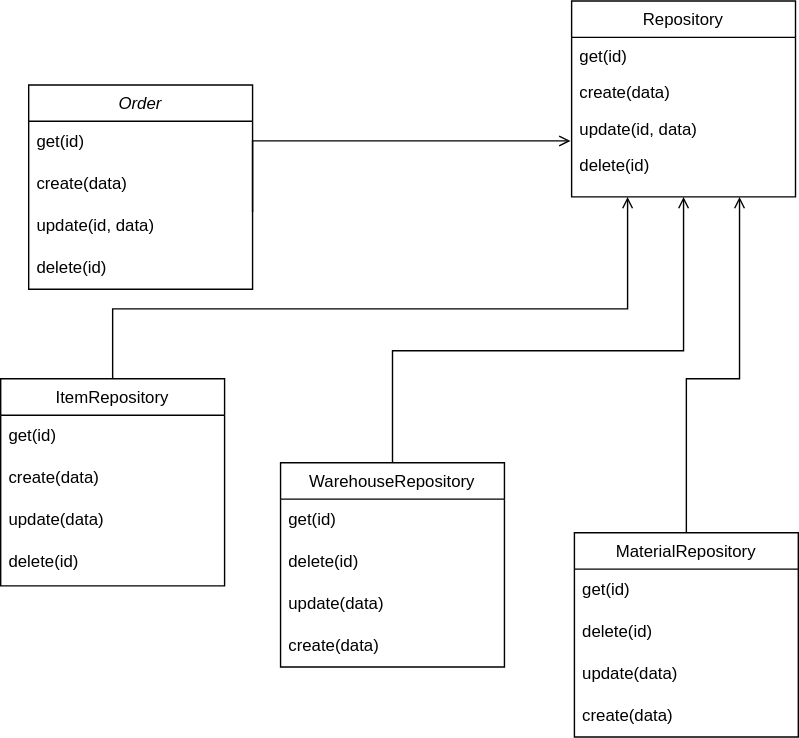
Jaycobe/bmstu-ppo keeps this draw.io diagram as img/back_uml.svg. Above is the earlier version. Source tidied: cells renumbered, new cells last; positions are measured from the earlier drawing's top-left corner, leaving out a move shared by most shapes.
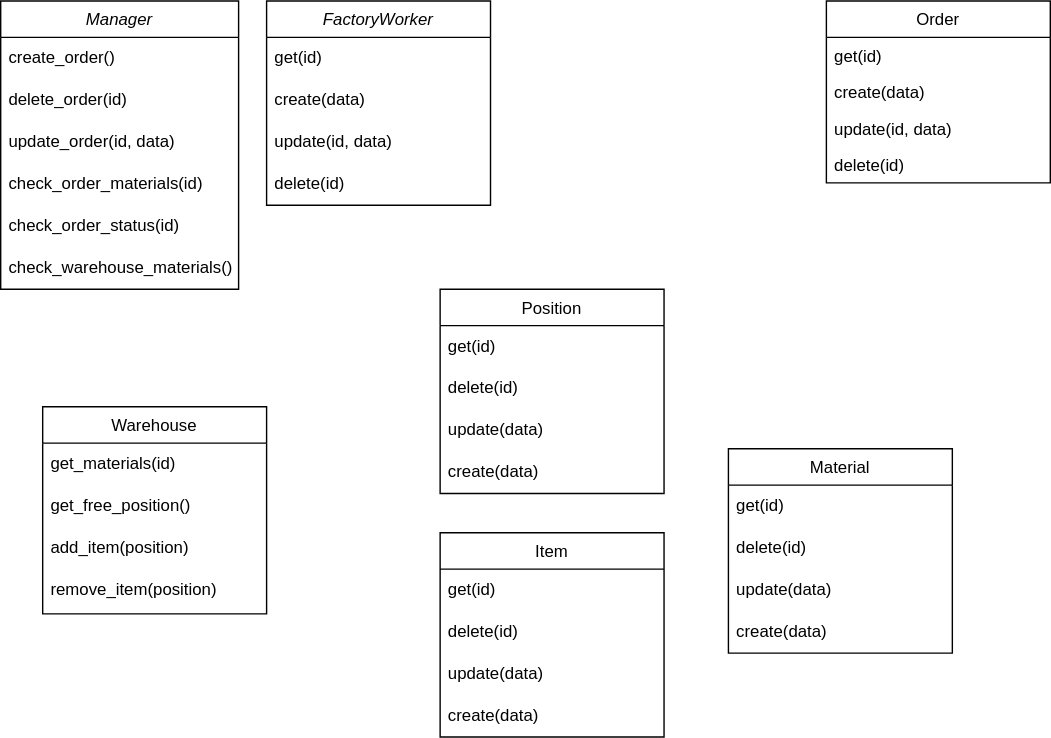
After the commit.

Commit message:
blogic uml started

Diff of the diagram source:
```diff
@@ -2,23 +2,29 @@
   <root>
     <mxCell id="0" />
     <mxCell id="1" parent="0" />
-    <mxCell id="2" value="Order" style="swimlane;fontStyle=2;align=center;verticalAlign=top;horizontal=1;startSize=26;rounded=0;shadow=0;strokeWidth=1;" parent="1" vertex="1">
-      <mxGeometry x="20" y="60" width="160" height="146" as="geometry" />
+    <mxCell id="2" value="Manager" style="swimlane;fontStyle=2;align=center;verticalAlign=top;horizontal=1;startSize=26;rounded=0;shadow=0;strokeWidth=1;" parent="1" vertex="1">
+      <mxGeometry x="-80" y="10" width="170" height="206" as="geometry" />
     </mxCell>
-    <mxCell id="3" value="get(id)" style="text;strokeColor=none;fillColor=none;align=left;verticalAlign=middle;spacingLeft=4;spacingRight=4;overflow=hidden;whiteSpace=wrap;html=1;" parent="2" vertex="1">
-      <mxGeometry y="26" width="160" height="30" as="geometry" />
+    <mxCell id="3" value="create_order()" style="text;strokeColor=none;fillColor=none;align=left;verticalAlign=middle;spacingLeft=4;spacingRight=4;overflow=hidden;whiteSpace=wrap;html=1;" parent="2" vertex="1">
+      <mxGeometry y="26" width="170" height="30" as="geometry" />
     </mxCell>
-    <mxCell id="4" value="create(data)" style="text;strokeColor=none;fillColor=none;align=left;verticalAlign=middle;spacingLeft=4;spacingRight=4;overflow=hidden;whiteSpace=wrap;html=1;" parent="2" vertex="1">
-      <mxGeometry y="56" width="160" height="30" as="geometry" />
+    <mxCell id="4" value="delete_order(id)" style="text;strokeColor=none;fillColor=none;align=left;verticalAlign=middle;spacingLeft=4;spacingRight=4;overflow=hidden;whiteSpace=wrap;html=1;" parent="2" vertex="1">
+      <mxGeometry y="56" width="170" height="30" as="geometry" />
     </mxCell>
-    <mxCell id="5" value="update(id, data)" style="text;strokeColor=none;fillColor=none;align=left;verticalAlign=middle;spacingLeft=4;spacingRight=4;overflow=hidden;whiteSpace=wrap;html=1;" parent="2" vertex="1">
-      <mxGeometry y="86" width="160" height="30" as="geometry" />
+    <mxCell id="5" value="update_order(id, data)" style="text;strokeColor=none;fillColor=none;align=left;verticalAlign=middle;spacingLeft=4;spacingRight=4;overflow=hidden;whiteSpace=wrap;html=1;" parent="2" vertex="1">
+      <mxGeometry y="86" width="170" height="30" as="geometry" />
     </mxCell>
-    <mxCell id="6" value="delete(id)" style="text;strokeColor=none;fillColor=none;align=left;verticalAlign=middle;spacingLeft=4;spacingRight=4;overflow=hidden;whiteSpace=wrap;html=1;" parent="2" vertex="1">
-      <mxGeometry y="116" width="160" height="30" as="geometry" />
+    <mxCell id="6" value="check_order_materials(id)" style="text;strokeColor=none;fillColor=none;align=left;verticalAlign=middle;spacingLeft=4;spacingRight=4;overflow=hidden;whiteSpace=wrap;html=1;" parent="2" vertex="1">
+      <mxGeometry y="116" width="170" height="30" as="geometry" />
     </mxCell>
+    <mxCell id="31" value="check_order_status(id)" style="text;strokeColor=none;fillColor=none;align=left;verticalAlign=middle;spacingLeft=4;spacingRight=4;overflow=hidden;whiteSpace=wrap;html=1;" parent="2" vertex="1">
+      <mxGeometry y="146" width="170" height="30" as="geometry" />
+    </mxCell>
+    <mxCell id="32" value="check_warehouse_materials()" style="text;strokeColor=none;fillColor=none;align=left;verticalAlign=middle;spacingLeft=4;spacingRight=4;overflow=hidden;whiteSpace=wrap;html=1;" parent="2" vertex="1">
+      <mxGeometry y="176" width="170" height="30" as="geometry" />
+    </mxCell>
-    <mxCell id="7" value="WarehouseRepository" style="swimlane;fontStyle=0;align=center;verticalAlign=top;horizontal=1;startSize=26;rounded=0;shadow=0;strokeWidth=1;" parent="1" vertex="1">
-      <mxGeometry x="200" y="330" width="160" height="146" as="geometry" />
+    <mxCell id="7" value="Item" style="swimlane;fontStyle=0;align=center;verticalAlign=top;horizontal=1;startSize=26;rounded=0;shadow=0;strokeWidth=1;" parent="1" vertex="1">
+      <mxGeometry x="234" y="390" width="160" height="146" as="geometry" />
     </mxCell>
     <mxCell id="8" value="get(id)" style="text;strokeColor=none;fillColor=none;align=left;verticalAlign=middle;spacingLeft=4;spacingRight=4;overflow=hidden;whiteSpace=wrap;html=1;" parent="7" vertex="1">
       <mxGeometry y="26" width="160" height="30" as="geometry" />
@@ -32,8 +38,8 @@
     <mxCell id="11" value="create(data)" style="text;strokeColor=none;fillColor=none;align=left;verticalAlign=middle;spacingLeft=4;spacingRight=4;overflow=hidden;whiteSpace=wrap;html=1;" parent="7" vertex="1">
       <mxGeometry y="116" width="160" height="30" as="geometry" />
     </mxCell>
-    <mxCell id="12" value="MaterialRepository" style="swimlane;fontStyle=0;align=center;verticalAlign=top;horizontal=1;startSize=26;rounded=0;shadow=0;strokeWidth=1;" parent="1" vertex="1">
-      <mxGeometry x="410" y="380" width="160" height="146" as="geometry" />
+    <mxCell id="12" value="Material" style="swimlane;fontStyle=0;align=center;verticalAlign=top;horizontal=1;startSize=26;rounded=0;shadow=0;strokeWidth=1;" parent="1" vertex="1">
+      <mxGeometry x="440" y="330" width="160" height="146" as="geometry" />
     </mxCell>
     <mxCell id="13" value="get(id)" style="text;strokeColor=none;fillColor=none;align=left;verticalAlign=middle;spacingLeft=4;spacingRight=4;overflow=hidden;whiteSpace=wrap;html=1;" parent="12" vertex="1">
       <mxGeometry y="26" width="160" height="30" as="geometry" />
@@ -47,8 +53,8 @@
     <mxCell id="16" value="create(data)" style="text;strokeColor=none;fillColor=none;align=left;verticalAlign=middle;spacingLeft=4;spacingRight=4;overflow=hidden;whiteSpace=wrap;html=1;" parent="12" vertex="1">
       <mxGeometry y="116" width="160" height="30" as="geometry" />
     </mxCell>
-    <mxCell id="17" value="Repository" style="swimlane;fontStyle=0;align=center;verticalAlign=top;horizontal=1;startSize=26;rounded=0;shadow=0;strokeWidth=1;" parent="1" vertex="1">
-      <mxGeometry x="408" width="160" height="140" as="geometry" />
+    <mxCell id="17" value="Order" style="swimlane;fontStyle=0;align=center;verticalAlign=top;horizontal=1;startSize=26;rounded=0;shadow=0;strokeWidth=1;" parent="1" vertex="1">
+      <mxGeometry x="510" y="10" width="160" height="130" as="geometry" />
     </mxCell>
     <mxCell id="18" value="get(id)" style="text;align=left;verticalAlign=top;spacingLeft=4;spacingRight=4;overflow=hidden;" parent="17" vertex="1">
       <mxGeometry y="26" width="160" height="26" as="geometry" />
@@ -62,63 +68,50 @@
     <mxCell id="21" value="delete(id)" style="text;align=left;verticalAlign=top;spacingLeft=4;spacingRight=4;overflow=hidden;rounded=0;shadow=0;html=0;" parent="17" vertex="1">
       <mxGeometry y="104" width="160" height="26" as="geometry" />
     </mxCell>
-    <mxCell id="22" style="endArrow=open;shadow=0;strokeWidth=1;rounded=0;endFill=1;edgeStyle=elbowEdgeStyle;elbow=vertical;exitX=1;exitY=0.5;exitDx=0;exitDy=0;entryX=-0.005;entryY=0.823;entryDx=0;entryDy=0;entryPerimeter=0;" parent="1" edge="1" target="20">
-      <mxGeometry x="0.5" y="41" relative="1" as="geometry">
-        <mxPoint x="180" y="151" as="sourcePoint" />
-        <Array as="points">
-          <mxPoint x="300" y="100" />
-          <mxPoint x="300" y="140" />
-          <mxPoint x="400" y="270" />
-        </Array>
-        <mxPoint x="-40" y="32" as="offset" />
-      </mxGeometry>
-    </mxCell>
-    <mxCell id="23" value="ItemRepository" style="swimlane;fontStyle=0;align=center;verticalAlign=top;horizontal=1;startSize=26;rounded=0;shadow=0;strokeWidth=1;" parent="1" vertex="1">
-      <mxGeometry y="270" width="160" height="148" as="geometry" />
+    <mxCell id="23" value="Warehouse" style="swimlane;fontStyle=0;align=center;verticalAlign=top;horizontal=1;startSize=26;rounded=0;shadow=0;strokeWidth=1;" parent="1" vertex="1">
+      <mxGeometry x="-50" y="300" width="160" height="148" as="geometry" />
     </mxCell>
-    <mxCell id="24" value="get(id)" style="text;strokeColor=none;fillColor=none;align=left;verticalAlign=middle;spacingLeft=4;spacingRight=4;overflow=hidden;whiteSpace=wrap;html=1;" parent="23" vertex="1">
+    <mxCell id="24" value="get_materials(id)" style="text;strokeColor=none;fillColor=none;align=left;verticalAlign=middle;spacingLeft=4;spacingRight=4;overflow=hidden;whiteSpace=wrap;html=1;" parent="23" vertex="1">
       <mxGeometry y="26" width="160" height="30" as="geometry" />
     </mxCell>
-    <mxCell id="25" value="create(data)" style="text;strokeColor=none;fillColor=none;align=left;verticalAlign=middle;spacingLeft=4;spacingRight=4;overflow=hidden;whiteSpace=wrap;html=1;" parent="23" vertex="1">
+    <mxCell id="25" value="get_free_position()" style="text;strokeColor=none;fillColor=none;align=left;verticalAlign=middle;spacingLeft=4;spacingRight=4;overflow=hidden;whiteSpace=wrap;html=1;" parent="23" vertex="1">
       <mxGeometry y="56" width="160" height="30" as="geometry" />
     </mxCell>
-    <mxCell id="26" value="update(data)" style="text;strokeColor=none;fillColor=none;align=left;verticalAlign=middle;spacingLeft=4;spacingRight=4;overflow=hidden;whiteSpace=wrap;html=1;" parent="23" vertex="1">
+    <mxCell id="26" value="add_item(position)" style="text;strokeColor=none;fillColor=none;align=left;verticalAlign=middle;spacingLeft=4;spacingRight=4;overflow=hidden;whiteSpace=wrap;html=1;" parent="23" vertex="1">
       <mxGeometry y="86" width="160" height="30" as="geometry" />
     </mxCell>
-    <mxCell id="27" value="delete(id)" style="text;strokeColor=none;fillColor=none;align=left;verticalAlign=middle;spacingLeft=4;spacingRight=4;overflow=hidden;whiteSpace=wrap;html=1;" parent="23" vertex="1">
+    <mxCell id="27" value="remove_item(position)" style="text;strokeColor=none;fillColor=none;align=left;verticalAlign=middle;spacingLeft=4;spacingRight=4;overflow=hidden;whiteSpace=wrap;html=1;" parent="23" vertex="1">
       <mxGeometry y="116" width="160" height="30" as="geometry" />
     </mxCell>
-    <mxCell id="28" style="endArrow=open;shadow=0;strokeWidth=1;rounded=0;endFill=1;edgeStyle=elbowEdgeStyle;elbow=vertical;exitX=0.5;exitY=0;exitDx=0;exitDy=0;entryX=0.25;entryY=1;entryDx=0;entryDy=0;" parent="1" edge="1" source="23" target="17">
-      <mxGeometry x="0.5" y="41" relative="1" as="geometry">
-        <Array as="points">
-          <mxPoint x="260" y="220" />
-          <mxPoint x="400" y="239" />
-          <mxPoint x="500" y="369" />
-        </Array>
-        <mxPoint x="-40" y="32" as="offset" />
-      </mxGeometry>
-    </mxCell>
-    <mxCell id="29" style="endArrow=open;shadow=0;strokeWidth=1;rounded=0;endFill=1;edgeStyle=elbowEdgeStyle;elbow=vertical;exitX=0.5;exitY=0;exitDx=0;exitDy=0;entryX=0.75;entryY=1;entryDx=0;entryDy=0;" parent="1" edge="1" source="12" target="17">
-      <mxGeometry x="0.5" y="41" relative="1" as="geometry">
-        <Array as="points">
-          <mxPoint x="530" y="270" />
-          <mxPoint x="460.8" y="250.6" />
-          <mxPoint x="460.8" y="290.6" />
-          <mxPoint x="560.8" y="420.6" />
-        </Array>
-        <mxPoint x="-40" y="32" as="offset" />
-      </mxGeometry>
-    </mxCell>
-    <mxCell id="30" style="endArrow=open;shadow=0;strokeWidth=1;rounded=0;endFill=1;edgeStyle=elbowEdgeStyle;elbow=vertical;exitX=0.5;exitY=0;exitDx=0;exitDy=0;entryX=0.5;entryY=1;entryDx=0;entryDy=0;" parent="1" edge="1" source="7" target="17">
-      <mxGeometry x="0.5" y="41" relative="1" as="geometry">
-        <Array as="points">
-          <mxPoint x="370" y="250" />
-          <mxPoint x="370" y="230" />
-          <mxPoint x="330" y="170" />
-          <mxPoint x="430" y="300" />
-        </Array>
-        <mxPoint x="-40" y="32" as="offset" />
-      </mxGeometry>
-    </mxCell>
+    <mxCell id="33" value="FactoryWorker" style="swimlane;fontStyle=2;align=center;verticalAlign=top;horizontal=1;startSize=26;rounded=0;shadow=0;strokeWidth=1;" parent="1" vertex="1">
+      <mxGeometry x="110" y="10" width="160" height="146" as="geometry" />
+    </mxCell>
+    <mxCell id="34" value="get(id)" style="text;strokeColor=none;fillColor=none;align=left;verticalAlign=middle;spacingLeft=4;spacingRight=4;overflow=hidden;whiteSpace=wrap;html=1;" parent="33" vertex="1">
+      <mxGeometry y="26" width="160" height="30" as="geometry" />
+    </mxCell>
+    <mxCell id="35" value="create(data)" style="text;strokeColor=none;fillColor=none;align=left;verticalAlign=middle;spacingLeft=4;spacingRight=4;overflow=hidden;whiteSpace=wrap;html=1;" parent="33" vertex="1">
+      <mxGeometry y="56" width="160" height="30" as="geometry" />
+    </mxCell>
+    <mxCell id="36" value="update(id, data)" style="text;strokeColor=none;fillColor=none;align=left;verticalAlign=middle;spacingLeft=4;spacingRight=4;overflow=hidden;whiteSpace=wrap;html=1;" parent="33" vertex="1">
+      <mxGeometry y="86" width="160" height="30" as="geometry" />
+    </mxCell>
+    <mxCell id="37" value="delete(id)" style="text;strokeColor=none;fillColor=none;align=left;verticalAlign=middle;spacingLeft=4;spacingRight=4;overflow=hidden;whiteSpace=wrap;html=1;" parent="33" vertex="1">
+      <mxGeometry y="116" width="160" height="30" as="geometry" />
+    </mxCell>
+    <mxCell id="38" value="Position" style="swimlane;fontStyle=0;align=center;verticalAlign=top;horizontal=1;startSize=26;rounded=0;shadow=0;strokeWidth=1;" parent="1" vertex="1">
+      <mxGeometry x="234" y="216" width="160" height="146" as="geometry" />
+    </mxCell>
+    <mxCell id="39" value="get(id)" style="text;strokeColor=none;fillColor=none;align=left;verticalAlign=middle;spacingLeft=4;spacingRight=4;overflow=hidden;whiteSpace=wrap;html=1;" parent="38" vertex="1">
+      <mxGeometry y="26" width="160" height="30" as="geometry" />
+    </mxCell>
+    <mxCell id="40" value="delete(id)" style="text;strokeColor=none;fillColor=none;align=left;verticalAlign=middle;spacingLeft=4;spacingRight=4;overflow=hidden;whiteSpace=wrap;html=1;" parent="38" vertex="1">
+      <mxGeometry y="56" width="160" height="30" as="geometry" />
+    </mxCell>
+    <mxCell id="41" value="update(data)" style="text;strokeColor=none;fillColor=none;align=left;verticalAlign=middle;spacingLeft=4;spacingRight=4;overflow=hidden;whiteSpace=wrap;html=1;" parent="38" vertex="1">
+      <mxGeometry y="86" width="160" height="30" as="geometry" />
+    </mxCell>
+    <mxCell id="42" value="create(data)" style="text;strokeColor=none;fillColor=none;align=left;verticalAlign=middle;spacingLeft=4;spacingRight=4;overflow=hidden;whiteSpace=wrap;html=1;" parent="38" vertex="1">
+      <mxGeometry y="116" width="160" height="30" as="geometry" />
+    </mxCell>
   </root>
 </mxGraphModel>
```
